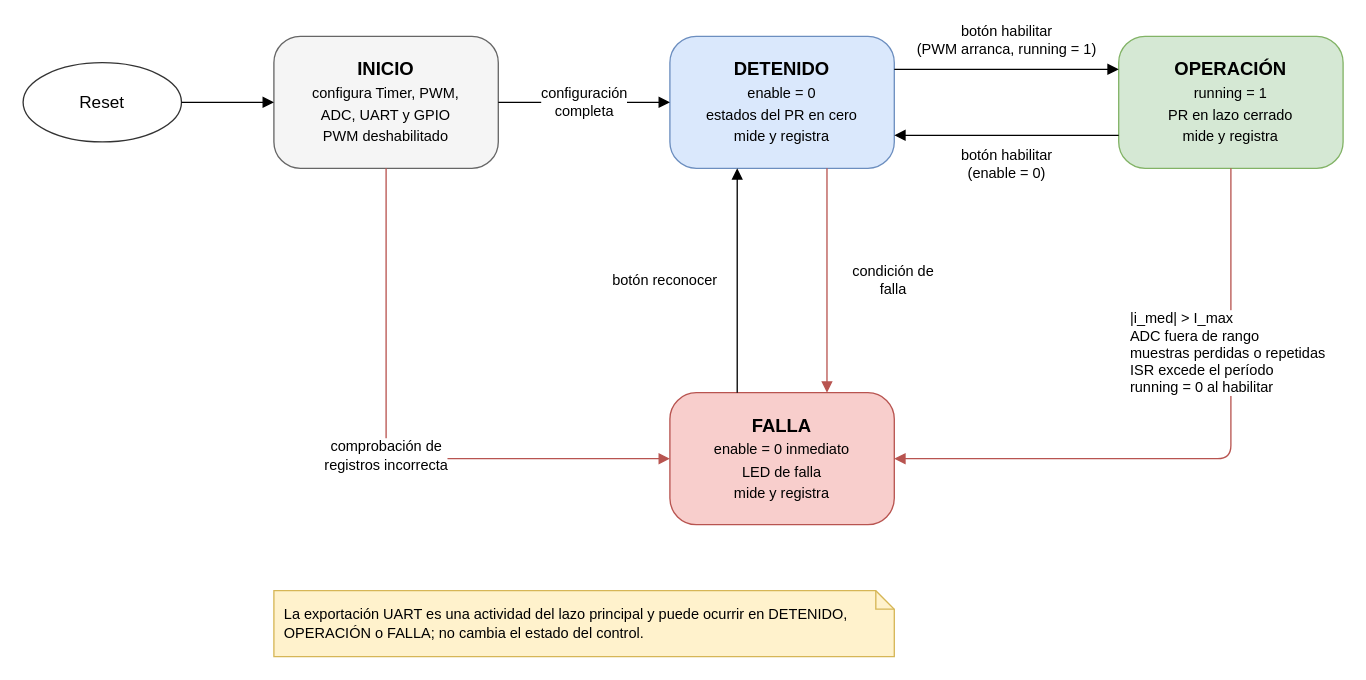
The draw.io diagram Proyecto4_Inversor_Monofasico/docs/diseno/img/nivel_3_software_estados.drawio in aguilar697/Taller-Diseno-de-Sistemas-Digitales, before the edit. Source tidied: cells renumbered, new cells numbered last; positions are measured from the earlier drawing's top-left corner, leaving out a move shared by most shapes. Both pictures are drawn from the tidied source at 132%, with x=0, y=0 at pixel (22, 36).
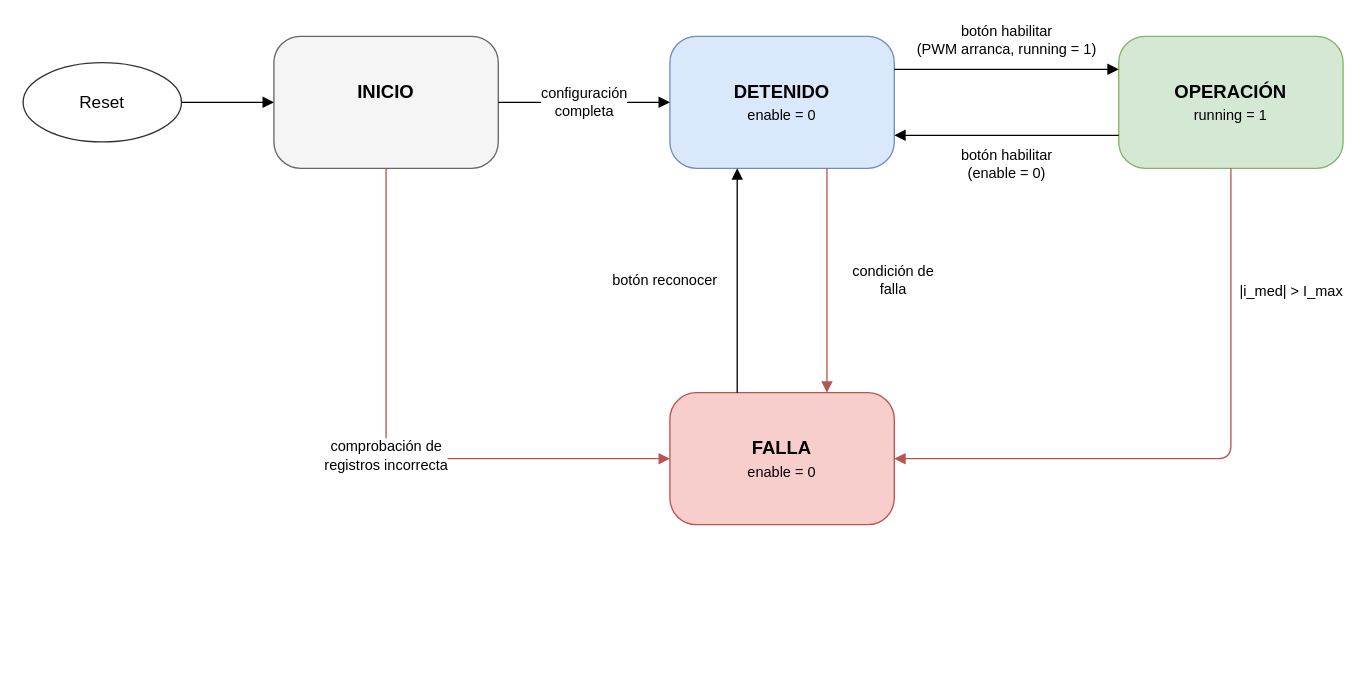
The same diagram, later.

Commit message (it also covers changes not shown here):
Simplifica diagramas del software (nivel 3 y 4)

What changed in the source:
```diff
@@
-    <mxCell id="3" value="&lt;b&gt;INICIO&lt;/b&gt;&lt;br&gt;&lt;font style=&quot;font-size:11px&quot;&gt;configura Timer, PWM,&lt;br&gt;ADC, UART y GPIO&lt;br&gt;PWM deshabilitado&lt;/font&gt;" style="rounded=1;arcSize=20;whiteSpace=wrap;html=1;fillColor=#f5f5f5;strokeColor=#666666;fontSize=14;" parent="1" vertex="1">
+    <mxCell id="3" value="&lt;b&gt;INICIO&lt;/b&gt;&lt;div&gt;&lt;br/&gt;&lt;/div&gt;" style="rounded=1;arcSize=20;whiteSpace=wrap;html=1;fillColor=#f5f5f5;strokeColor=#666666;fontSize=14;" parent="1" vertex="1">
       <mxGeometry x="190" width="170" height="100" as="geometry" />
     </mxCell>
-    <mxCell id="4" value="&lt;b&gt;DETENIDO&lt;/b&gt;&lt;br&gt;&lt;font style=&quot;font-size:11px&quot;&gt;enable = 0&lt;br&gt;estados del PR en cero&lt;br&gt;mide y registra&lt;/font&gt;" style="rounded=1;arcSize=20;whiteSpace=wrap;html=1;fillColor=#dae8fc;strokeColor=#6c8ebf;fontSize=14;" parent="1" vertex="1">
+    <mxCell id="4" value="&lt;b&gt;DETENIDO&lt;/b&gt;&lt;br&gt;&lt;font style=&quot;font-size:11px&quot;&gt;enable = 0&lt;br&gt;&lt;/font&gt;" style="rounded=1;arcSize=20;whiteSpace=wrap;html=1;fillColor=#dae8fc;strokeColor=#6c8ebf;fontSize=14;" parent="1" vertex="1">
       <mxGeometry x="490" width="170" height="100" as="geometry" />
     </mxCell>
-    <mxCell id="5" value="&lt;b&gt;OPERACIÓN&lt;/b&gt;&lt;br&gt;&lt;font style=&quot;font-size:11px&quot;&gt;running = 1&lt;br&gt;PR en lazo cerrado&lt;br&gt;mide y registra&lt;/font&gt;" style="rounded=1;arcSize=20;whiteSpace=wrap;html=1;fillColor=#d5e8d4;strokeColor=#82b366;fontSize=14;" parent="1" vertex="1">
+    <mxCell id="5" value="&lt;b&gt;OPERACIÓN&lt;/b&gt;&lt;br&gt;&lt;font style=&quot;font-size:11px&quot;&gt;running = 1&lt;br&gt;&lt;/font&gt;" style="rounded=1;arcSize=20;whiteSpace=wrap;html=1;fillColor=#d5e8d4;strokeColor=#82b366;fontSize=14;" parent="1" vertex="1">
       <mxGeometry x="830" width="170" height="100" as="geometry" />
     </mxCell>
-    <mxCell id="6" value="&lt;b&gt;FALLA&lt;/b&gt;&lt;br&gt;&lt;font style=&quot;font-size:11px&quot;&gt;enable = 0 inmediato&lt;br&gt;LED de falla&lt;br&gt;mide y registra&lt;/font&gt;" style="rounded=1;arcSize=20;whiteSpace=wrap;html=1;fillColor=#f8cecc;strokeColor=#b85450;fontSize=14;" parent="1" vertex="1">
+    <mxCell id="6" value="&lt;b&gt;FALLA&lt;/b&gt;&lt;br&gt;&lt;font style=&quot;font-size:11px&quot;&gt;enable = 0&lt;/font&gt;" style="rounded=1;arcSize=20;whiteSpace=wrap;html=1;fillColor=#f8cecc;strokeColor=#b85450;fontSize=14;" parent="1" vertex="1">
       <mxGeometry x="490" y="270" width="170" height="100" as="geometry" />
     </mxCell>
@@
-    <mxCell id="11" value="|i_med| &amp;gt; I_max&lt;br&gt;ADC fuera de rango&lt;br&gt;muestras perdidas o repetidas&lt;br&gt;ISR excede el período&lt;br&gt;running = 0 al habilitar" style="edgeStyle=orthogonalEdgeStyle;html=1;endArrow=block;endFill=1;labelBackgroundColor=#ffffff;fontSize=11;align=left;strokeColor=#b85450;exitX=0.5;exitY=1;entryX=1;entryY=0.5;" parent="1" edge="1" source="5" target="6">
-      <mxGeometry relative="1" as="geometry">
+    <mxCell id="11" value="|i_med| &amp;gt; I_max&lt;div&gt;&lt;br/&gt;&lt;/div&gt;" style="edgeStyle=orthogonalEdgeStyle;html=1;endArrow=block;endFill=1;labelBackgroundColor=#ffffff;fontSize=11;align=left;strokeColor=#b85450;exitX=0.5;exitY=1;entryX=1;entryY=0.5;" parent="1" edge="1" source="5" target="6">
+      <mxGeometry x="-0.58" y="5" relative="1" as="geometry">
         <Array as="points">
           <mxPoint x="915" y="320" />
         </Array>
-        <mxPoint x="-60" y="-80" as="offset" />
       </mxGeometry>
     </mxCell>
@@
-    <mxCell id="15" value="La exportación UART es una actividad del lazo principal y puede ocurrir en DETENIDO, OPERACIÓN o FALLA; no cambia el estado del control." style="shape=note;whiteSpace=wrap;html=1;size=14;fillColor=#fff2cc;strokeColor=#d6b656;fontSize=11;align=left;spacingLeft=6;" parent="1" vertex="1">
-      <mxGeometry x="190" y="420" width="470" height="50" as="geometry" />
-    </mxCell>
```
